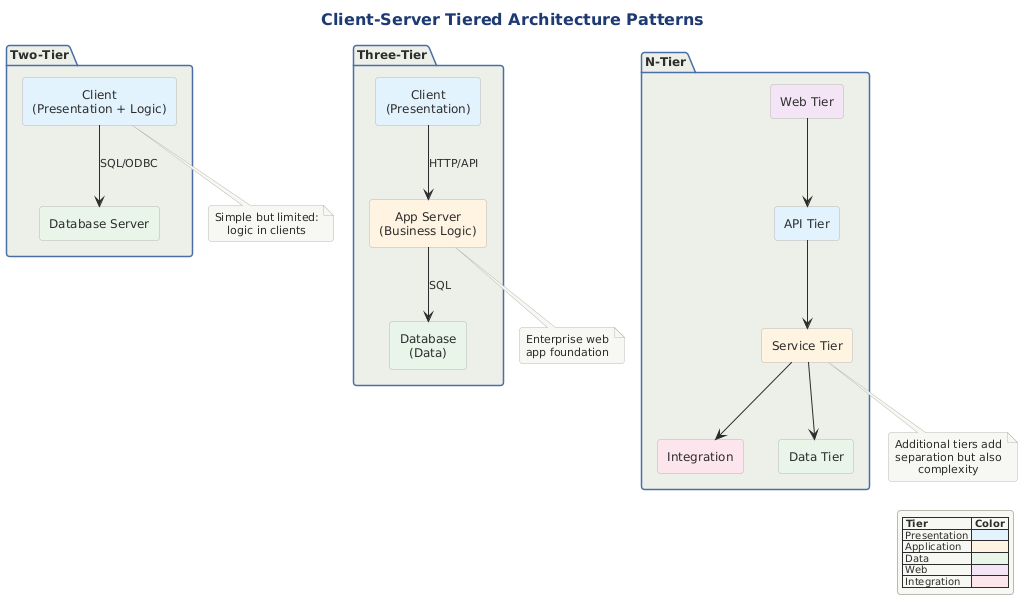
Notoriousjayy/latex-docs keeps this PlantUML diagram as src/architecture/views-and-beyond/style-catalogs/component-and-connector/client-server-style/png/client-server-tiered-architecture-patterns.png. Above is the earlier version. The source it was exported from:
```plantuml
@startuml

title Client-Server Tiered Architecture Patterns

!include ../../../../../../tooling/styles/plantuml/structural/package-diagram-style.iuml

package "Two-Tier" {
    rectangle "Client\n(Presentation + Logic)" as C2 #E3F2FD
    rectangle "Database Server" as D2 #E8F5E9

    C2 --> D2 : SQL/ODBC
}

note bottom of C2
  Simple but limited:
  logic in clients
end note

package "Three-Tier" {
    rectangle "Client\n(Presentation)" as C3 #E3F2FD
    rectangle "App Server\n(Business Logic)" as A3 #FFF3E0
    rectangle "Database\n(Data)" as D3 #E8F5E9

    C3 --> A3 : HTTP/API
    A3 --> D3 : SQL
}

note bottom of A3
  Enterprise web
  app foundation
end note

package "N-Tier" {
    rectangle "Web Tier" as W #F3E5F5
    rectangle "API Tier" as API #E3F2FD
    rectangle "Service Tier" as SVC #FFF3E0
    rectangle "Integration" as INT #FCE4EC
    rectangle "Data Tier" as DATA #E8F5E9

    W --> API
    API --> SVC
    SVC --> INT
    SVC --> DATA
}

note bottom of SVC
  Additional tiers add
  separation but also
  complexity
end note

legend right
  |= Tier |= Color |
  | Presentation | <#E3F2FD> |
  | Application | <#FFF3E0> |
  | Data | <#E8F5E9> |
  | Web | <#F3E5F5> |
  | Integration | <#FCE4EC> |
endlegend
@enduml
```
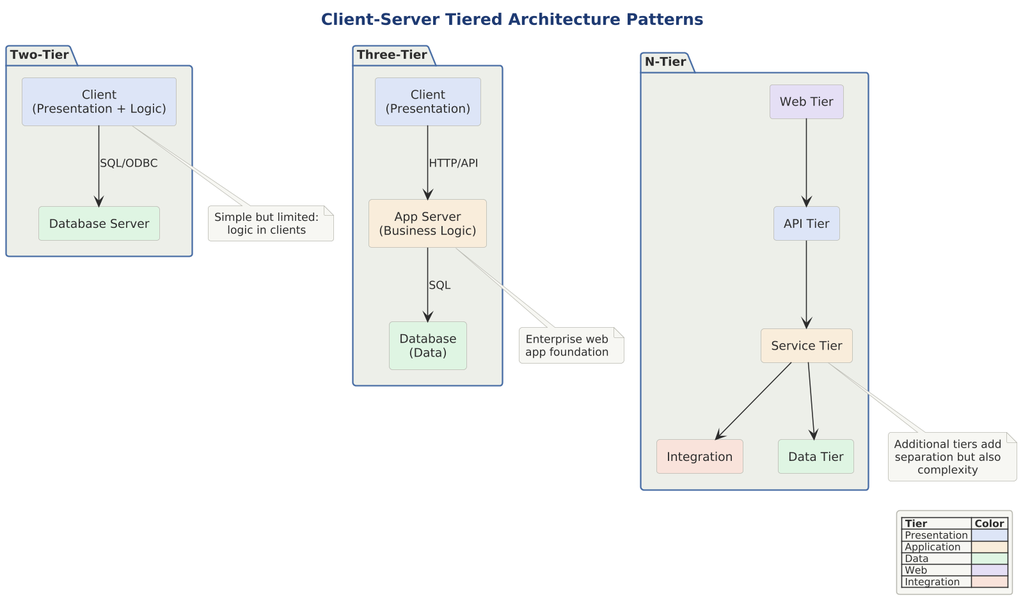
The same diagram one commit later.

What changed in the source:
```diff
@@ -1,12 +1,17 @@
 @startuml
+
+skinparam dpi 150
+
+
+
 
 title Client-Server Tiered Architecture Patterns
 
 !include ../../../../../../tooling/styles/plantuml/structural/package-diagram-style.iuml
 
 package "Two-Tier" {
-    rectangle "Client\n(Presentation + Logic)" as C2 #E3F2FD
-    rectangle "Database Server" as D2 #E8F5E9
+    rectangle "Client\n(Presentation + Logic)" as C2 $fill_primary
+    rectangle "Database Server" as D2 $fill_ok
 
     C2 --> D2 : SQL/ODBC
 }
@@ -17,9 +22,9 @@
 end note
 
 package "Three-Tier" {
-    rectangle "Client\n(Presentation)" as C3 #E3F2FD
-    rectangle "App Server\n(Business Logic)" as A3 #FFF3E0
-    rectangle "Database\n(Data)" as D3 #E8F5E9
+    rectangle "Client\n(Presentation)" as C3 $fill_primary
+    rectangle "App Server\n(Business Logic)" as A3 $fill_caution
+    rectangle "Database\n(Data)" as D3 $fill_ok
 
     C3 --> A3 : HTTP/API
     A3 --> D3 : SQL
@@ -31,11 +36,11 @@
 end note
 
 package "N-Tier" {
-    rectangle "Web Tier" as W #F3E5F5
-    rectangle "API Tier" as API #E3F2FD
-    rectangle "Service Tier" as SVC #FFF3E0
-    rectangle "Integration" as INT #FCE4EC
-    rectangle "Data Tier" as DATA #E8F5E9
+    rectangle "Web Tier" as W $fill_alt
+    rectangle "API Tier" as API $fill_primary
+    rectangle "Service Tier" as SVC $fill_caution
+    rectangle "Integration" as INT $fill_invalid
+    rectangle "Data Tier" as DATA $fill_ok
 
     W --> API
     API --> SVC
@@ -51,10 +56,10 @@
 
 legend right
   |= Tier |= Color |
-  | Presentation | <#E3F2FD> |
-  | Application | <#FFF3E0> |
-  | Data | <#E8F5E9> |
-  | Web | <#F3E5F5> |
-  | Integration | <#FCE4EC> |
+  | Presentation | <$fill_primary> |
+  | Application | <$fill_caution> |
+  | Data | <$fill_ok> |
+  | Web | <$fill_alt> |
+  | Integration | <$fill_invalid> |
 endlegend
 @enduml
```
